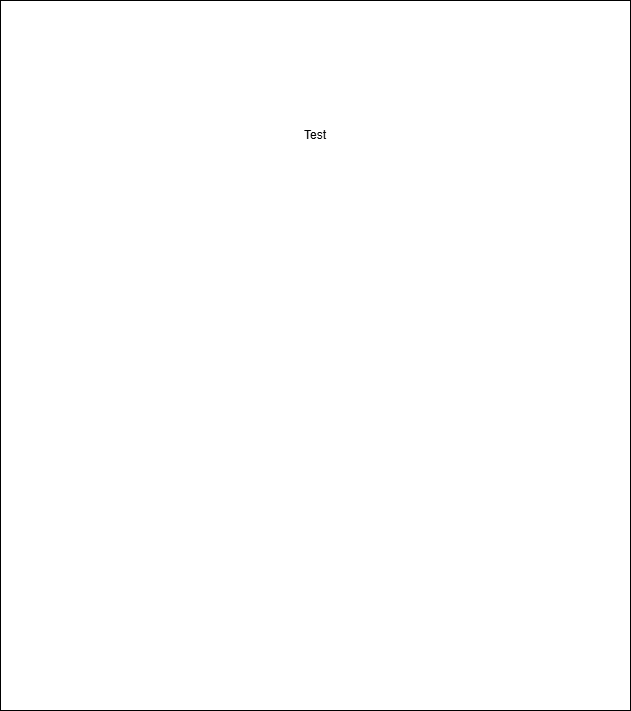
ShuoKuro/PET-Filament-Recycler keeps this draw.io diagram as 0.1/docs/App Layout.png. Above is the earlier version. Source tidied: cells renumbered, new cells last; positions are measured from the earlier drawing's top-left corner, leaving out a move shared by most shapes.
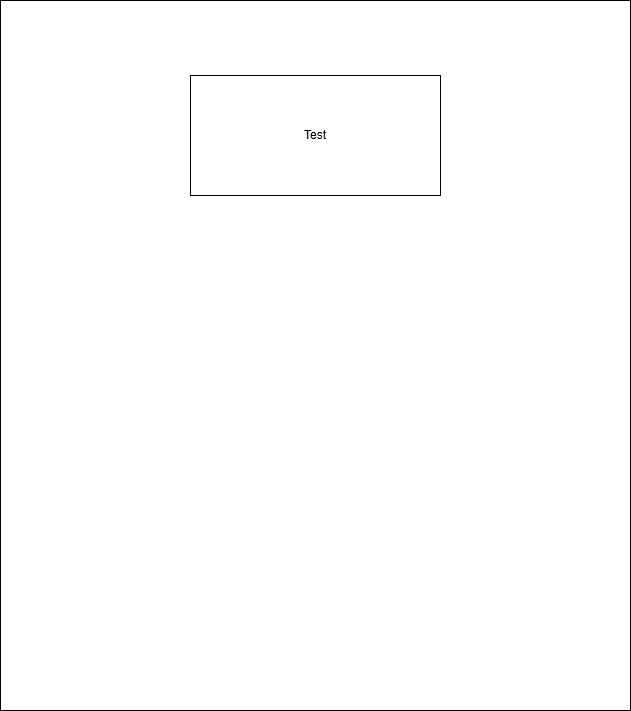
After the commit.

Change to the diagram source:
```diff
@@ -5,7 +5,7 @@
     <mxCell id="2" style="rounded=0;whiteSpace=wrap;html=1;" parent="1" vertex="1">
       <mxGeometry width="630" height="710" as="geometry" />
     </mxCell>
-    <mxCell id="3" value="Test" style="text;html=1;whiteSpace=wrap;strokeColor=none;fillColor=none;align=center;verticalAlign=middle;rounded=0;" parent="1" vertex="1">
+    <mxCell id="3" value="Test" style="text;html=1;whiteSpace=wrap;strokeColor=default;fillColor=none;align=center;verticalAlign=middle;rounded=0;" parent="1" vertex="1">
       <mxGeometry x="190" y="75" width="250" height="120" as="geometry" />
     </mxCell>
   </root>
```
